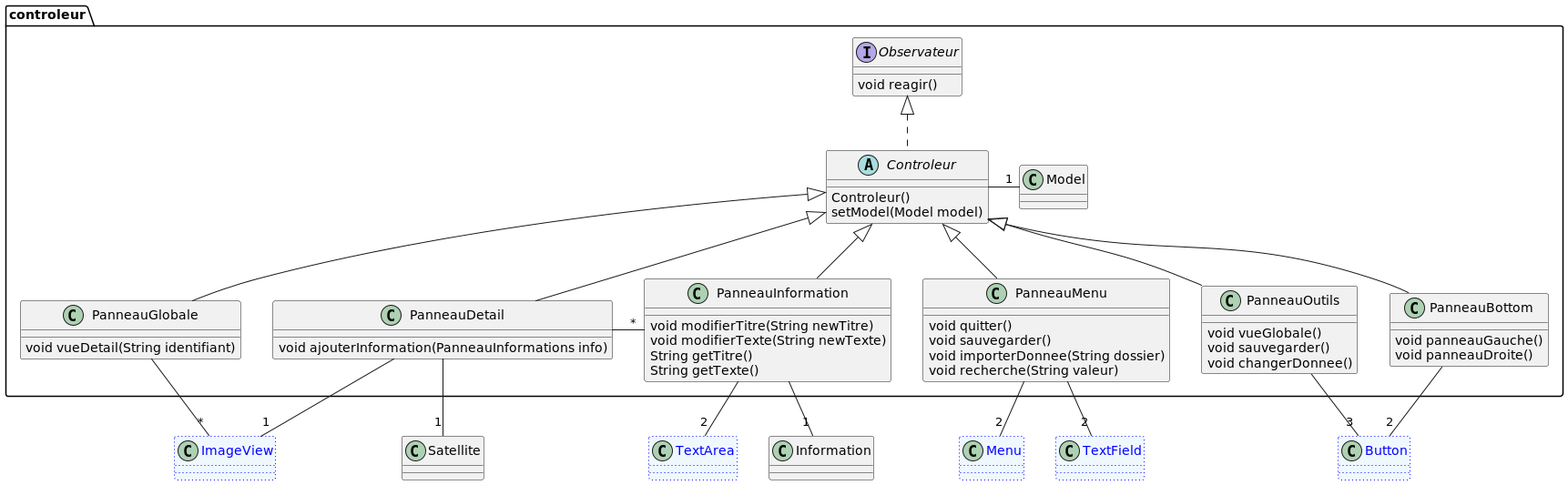
BapDiedler/collectionSatellite keeps this PlantUML diagram as documentation/diagramme/image/DiagrammeControleur.png. Above is the earlier version.
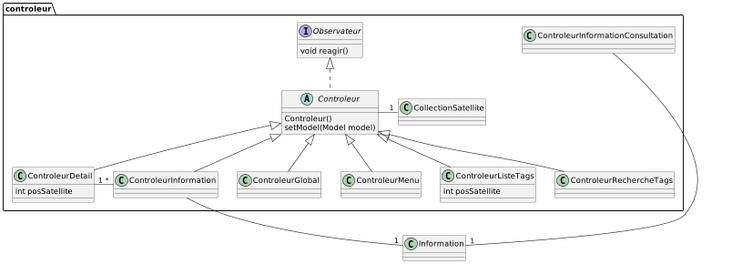
After the change.

Commit message:
changement des diagrammes de classe

Diff of the diagram source:
```diff
@@ -1,6 +1,7 @@
 @startuml
 
 package controleur{
+
     abstract Controleur implements Observateur{
         Controleur()
         setModel(Model model)
@@ -10,60 +11,37 @@
         void reagir()
     }
 
-
-    class PanneauGlobale extends Controleur{
-        void vueDetail(String identifiant)
+    class ControleurInformationConsultation{
     }
 
-    class Model
-    class PanneauDetail extends Controleur{
-        void ajouterInformation(PanneauInformations info)
+    class ControleurGlobal extends Controleur{
     }
 
-    class PanneauMenu extends Controleur{
-        void quitter()
-        void sauvegarder()
-        void importerDonnee(String dossier)
-        void recherche(String valeur)
+    class CollectionSatellite{
     }
 
-    class PanneauOutils extends Controleur{
-        void vueGlobale()
-        void sauvegarder()
-        void changerDonnee()
+    class ControleurDetail extends Controleur{
+        int posSatellite
     }
 
-    class PanneauBottom extends Controleur{
-        void panneauGauche()
-        void panneauDroite()
+    class ControleurMenu extends Controleur{
     }
 
+    class ControleurInformation extends Controleur{
+    }
 
-    class PanneauInformation extends Controleur{
-        void modifierTitre(String newTitre)
-        void modifierTexte(String newTexte)
-        String getTitre()
-        String getTexte()
+    class ControleurListeTags extends Controleur{
+        int posSatellite
+    }
+
+    class ControleurRechercheTags extends Controleur{
     }
 }
 
-class ImageView #aliceblue;line:blue;line.dotted;text:blue
-class TextArea #aliceblue;line:blue;line.dotted;text:blue
-class Menu #aliceblue;line:blue;line.dotted;text:blue
-class Button #aliceblue;line:blue;line.dotted;text:blue
-class TextField #aliceblue;line:blue;line.dotted;text:blue
-
-Model "1"--left Controleur
-PanneauDetail -right-"*" PanneauInformation
-PanneauDetail --"1" Satellite
-PanneauInformation --"1" Information
-PanneauInformation --"2" TextArea
-PanneauDetail --"1" ImageView
-PanneauGlobale -left-"*" ImageView
-PanneauOutils --"3" Button
-PanneauBottom --"2" Button
-PanneauMenu --"2" Menu
-PanneauMenu --"2" TextField
+CollectionSatellite "1"--left Controleur
+ControleurDetail "1"-right-"*" ControleurInformation
+ControleurInformation --"1" Information
+ControleurInformationConsultation --"1" Information
 
 
 @enduml
```
